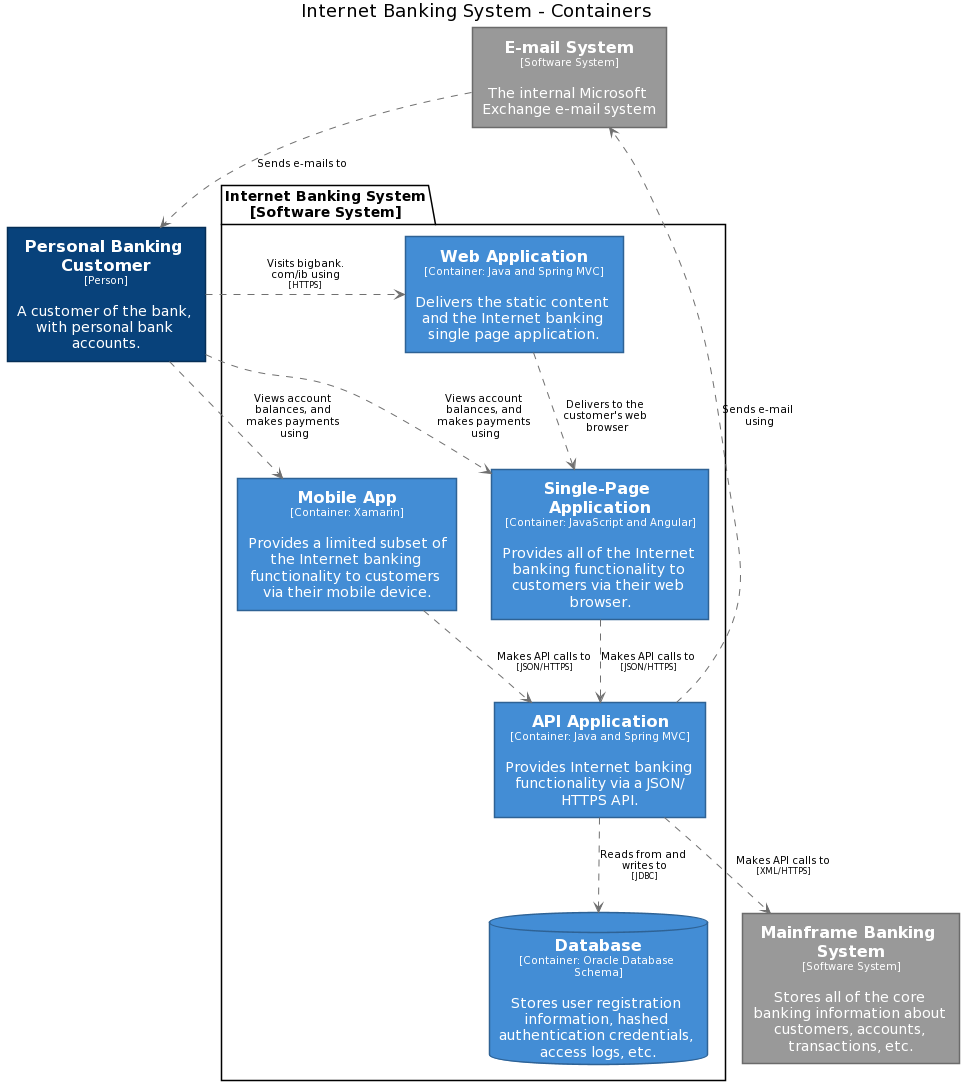
The PlantUML diagram img/rendering-plantuml.png in structurizr/structurizr.org, before a commit. Its diagram source:
```plantuml
@startuml
title Internet Banking System - Containers

skinparam {
  shadowing false
  arrowFontSize 10
  defaultTextAlignment center
  wrapWidth 200
  maxMessageSize 100
}
hide stereotype
top to bottom direction
skinparam rectangle<<11>> {
  BackgroundColor #438dd5
  FontColor #ffffff
  BorderColor #2E6295
}
skinparam rectangle<<1>> {
  BackgroundColor #08427b
  FontColor #ffffff
  BorderColor #052E56
}
skinparam rectangle<<4>> {
  BackgroundColor #999999
  FontColor #ffffff
  BorderColor #6B6B6B
}
skinparam rectangle<<5>> {
  BackgroundColor #999999
  FontColor #ffffff
  BorderColor #6B6B6B
}
skinparam database<<18>> {
  BackgroundColor #438dd5
  FontColor #ffffff
  BorderColor #2E6295
}
skinparam rectangle<<8>> {
  BackgroundColor #438dd5
  FontColor #ffffff
  BorderColor #2E6295
}
skinparam rectangle<<9>> {
  BackgroundColor #438dd5
  FontColor #ffffff
  BorderColor #2E6295
}
skinparam rectangle<<10>> {
  BackgroundColor #438dd5
  FontColor #ffffff
  BorderColor #2E6295
}
rectangle "==E-mail System\n<size:10>[Software System]</size>\n\nThe internal Microsoft Exchange e-mail system" <<5>> as 5
rectangle "==Mainframe Banking System\n<size:10>[Software System]</size>\n\nStores all of the core banking information about customers, accounts, transactions, etc." <<4>> as 4
rectangle "==Personal Banking Customer\n<size:10>[Person]</size>\n\nA customer of the bank, with personal bank accounts." <<1>> as 1
package "Internet Banking System\n[Software System]" {
  rectangle "==API Application\n<size:10>[Container: Java and Spring MVC]</size>\n\nProvides Internet banking functionality via a JSON/HTTPS API." <<11>> as 11
  database "==Database\n<size:10>[Container: Oracle Database Schema]</size>\n\nStores user registration information, hashed authentication credentials, access logs, etc." <<18>> as 18
  rectangle "==Mobile App\n<size:10>[Container: Xamarin]</size>\n\nProvides a limited subset of the Internet banking functionality to customers via their mobile device." <<9>> as 9
  rectangle "==Single-Page Application\n<size:10>[Container: JavaScript and Angular]</size>\n\nProvides all of the Internet banking functionality to customers via their web browser." <<8>> as 8
  rectangle "==Web Application\n<size:10>[Container: Java and Spring MVC]</size>\n\nDelivers the static content and the Internet banking single page application." <<10>> as 10
}
11 .[#707070].> 18 : "Reads from and writes to\n<size:8>[JDBC]</size>"
11 .[#707070].> 5 : "Sends e-mail using"
11 .[#707070].> 4 : "Makes API calls to\n<size:8>[XML/HTTPS]</size>"
5 .[#707070].> 1 : "Sends e-mails to"
9 .[#707070].> 11 : "Makes API calls to\n<size:8>[JSON/HTTPS]</size>"
1 .[#707070].> 9 : "Views account balances, and makes payments using"
1 .[#707070].> 8 : "Views account balances, and makes payments using"
1 .[#707070].> 10 : "Visits bigbank.com/ib using\n<size:8>[HTTPS]</size>"
8 .[#707070].> 11 : "Makes API calls to\n<size:8>[JSON/HTTPS]</size>"
10 .[#707070].> 8 : "Delivers to the customer's web browser"
@enduml
```
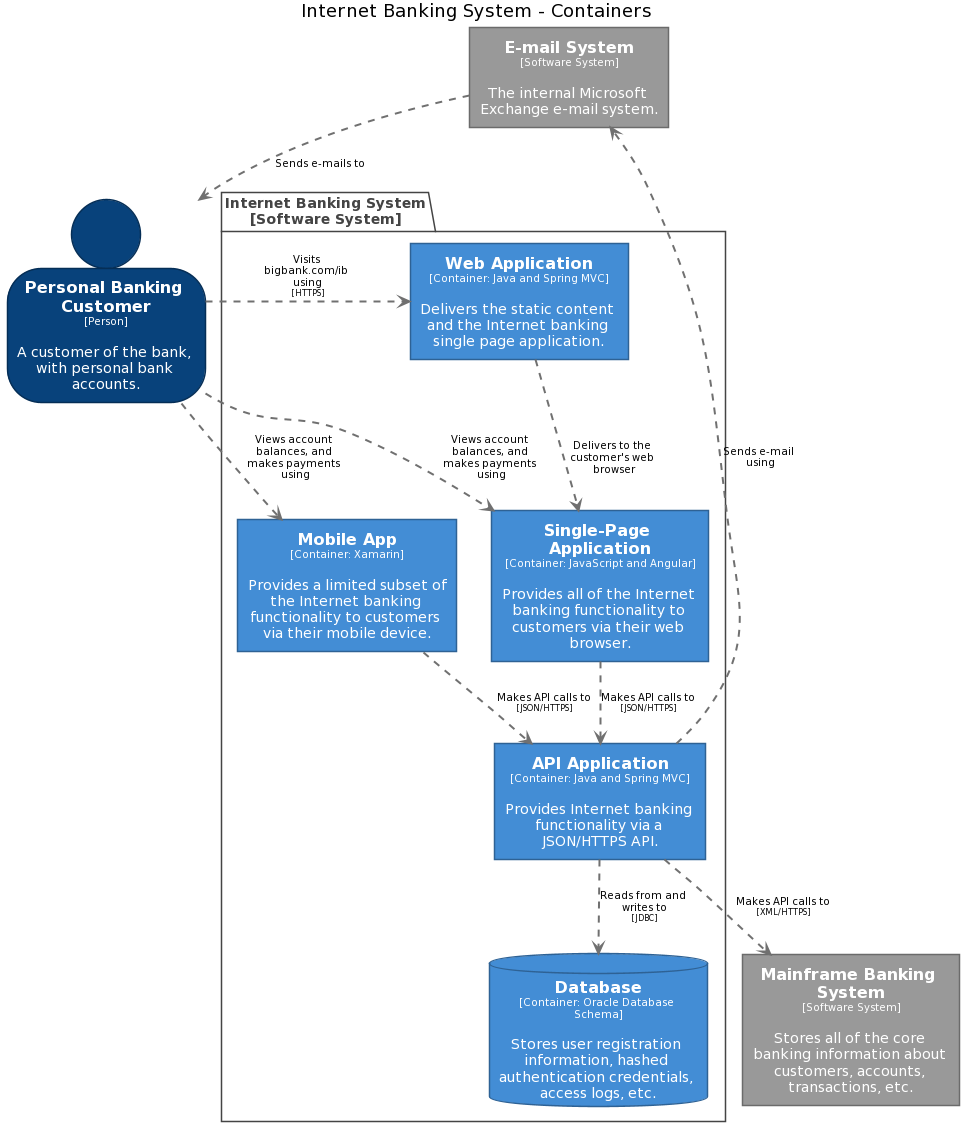
The same file after the commit.

The edit, as a diff of the source:
```diff
@@ -7,67 +7,76 @@
   defaultTextAlignment center
   wrapWidth 200
   maxMessageSize 100
+  PackageBorderColor<<group>> #cccccc
+  PackageFontColor<<group>> #cccccc
 }
 hide stereotype
 top to bottom direction
+
 skinparam rectangle<<11>> {
   BackgroundColor #438dd5
   FontColor #ffffff
-  BorderColor #2E6295
+  BorderColor #2e6295
 }
-skinparam rectangle<<1>> {
-  BackgroundColor #08427b
+skinparam database<<18>> {
+  BackgroundColor #438dd5
   FontColor #ffffff
-  BorderColor #052E56
+  BorderColor #2e6295
+}
+skinparam rectangle<<5>> {
+  BackgroundColor #999999
+  FontColor #ffffff
+  BorderColor #6b6b6b
 }
 skinparam rectangle<<4>> {
   BackgroundColor #999999
   FontColor #ffffff
-  BorderColor #6B6B6B
+  BorderColor #6b6b6b
 }
-skinparam rectangle<<5>> {
-  BackgroundColor #999999
-  FontColor #ffffff
-  BorderColor #6B6B6B
-}
-skinparam database<<18>> {
+skinparam rectangle<<9>> {
   BackgroundColor #438dd5
   FontColor #ffffff
-  BorderColor #2E6295
+  BorderColor #2e6295
+}
+skinparam person<<1>> {
+  BackgroundColor #08427b
+  FontColor #ffffff
+  BorderColor #052e56
 }
 skinparam rectangle<<8>> {
   BackgroundColor #438dd5
   FontColor #ffffff
-  BorderColor #2E6295
-}
-skinparam rectangle<<9>> {
-  BackgroundColor #438dd5
-  FontColor #ffffff
-  BorderColor #2E6295
+  BorderColor #2e6295
 }
 skinparam rectangle<<10>> {
   BackgroundColor #438dd5
   FontColor #ffffff
-  BorderColor #2E6295
+  BorderColor #2e6295
 }
-rectangle "==E-mail System\n<size:10>[Software System]</size>\n\nThe internal Microsoft Exchange e-mail system" <<5>> as 5
+
+person "==Personal Banking Customer\n<size:10>[Person]</size>\n\nA customer of the bank, with personal bank accounts." <<1>> as 1
 rectangle "==Mainframe Banking System\n<size:10>[Software System]</size>\n\nStores all of the core banking information about customers, accounts, transactions, etc." <<4>> as 4
-rectangle "==Personal Banking Customer\n<size:10>[Person]</size>\n\nA customer of the bank, with personal bank accounts." <<1>> as 1
-package "Internet Banking System\n[Software System]" {
+rectangle "==E-mail System\n<size:10>[Software System]</size>\n\nThe internal Microsoft Exchange e-mail system." <<5>> as 5
+
+package "Internet Banking System\n[Software System]" <<7>> {
+  skinparam PackageBorderColor<<7>> #444444
+  skinparam PackageFontColor<<7>> #444444
+
+  rectangle "==Web Application\n<size:10>[Container: Java and Spring MVC]</size>\n\nDelivers the static content and the Internet banking single page application." <<10>> as 10
   rectangle "==API Application\n<size:10>[Container: Java and Spring MVC]</size>\n\nProvides Internet banking functionality via a JSON/HTTPS API." <<11>> as 11
   database "==Database\n<size:10>[Container: Oracle Database Schema]</size>\n\nStores user registration information, hashed authentication credentials, access logs, etc." <<18>> as 18
+  rectangle "==Single-Page Application\n<size:10>[Container: JavaScript and Angular]</size>\n\nProvides all of the Internet banking functionality to customers via their web browser." <<8>> as 8
   rectangle "==Mobile App\n<size:10>[Container: Xamarin]</size>\n\nProvides a limited subset of the Internet banking functionality to customers via their mobile device." <<9>> as 9
-  rectangle "==Single-Page Application\n<size:10>[Container: JavaScript and Angular]</size>\n\nProvides all of the Internet banking functionality to customers via their web browser." <<8>> as 8
-  rectangle "==Web Application\n<size:10>[Container: Java and Spring MVC]</size>\n\nDelivers the static content and the Internet banking single page application." <<10>> as 10
 }
-11 .[#707070].> 18 : "Reads from and writes to\n<size:8>[JDBC]</size>"
-11 .[#707070].> 5 : "Sends e-mail using"
-11 .[#707070].> 4 : "Makes API calls to\n<size:8>[XML/HTTPS]</size>"
-5 .[#707070].> 1 : "Sends e-mails to"
-9 .[#707070].> 11 : "Makes API calls to\n<size:8>[JSON/HTTPS]</size>"
-1 .[#707070].> 9 : "Views account balances, and makes payments using"
-1 .[#707070].> 8 : "Views account balances, and makes payments using"
-1 .[#707070].> 10 : "Visits bigbank.com/ib using\n<size:8>[HTTPS]</size>"
-8 .[#707070].> 11 : "Makes API calls to\n<size:8>[JSON/HTTPS]</size>"
-10 .[#707070].> 8 : "Delivers to the customer's web browser"
+
+5 .[#707070,thickness=2].> 1 : "Sends e-mails to"
+1 .[#707070,thickness=2].> 10 : "Visits bigbank.com/ib using\n<size:8>[HTTPS]</size>"
+1 .[#707070,thickness=2].> 8 : "Views account balances, and makes payments using"
+1 .[#707070,thickness=2].> 9 : "Views account balances, and makes payments using"
+10 .[#707070,thickness=2].> 8 : "Delivers to the customer's web browser"
+8 .[#707070,thickness=2].> 11 : "Makes API calls to\n<size:8>[JSON/HTTPS]</size>"
+9 .[#707070,thickness=2].> 11 : "Makes API calls to\n<size:8>[JSON/HTTPS]</size>"
+11 .[#707070,thickness=2].> 18 : "Reads from and writes to\n<size:8>[JDBC]</size>"
+11 .[#707070,thickness=2].> 4 : "Makes API calls to\n<size:8>[XML/HTTPS]</size>"
+11 .[#707070,thickness=2].> 5 : "Sends e-mail using"
 @enduml
```
